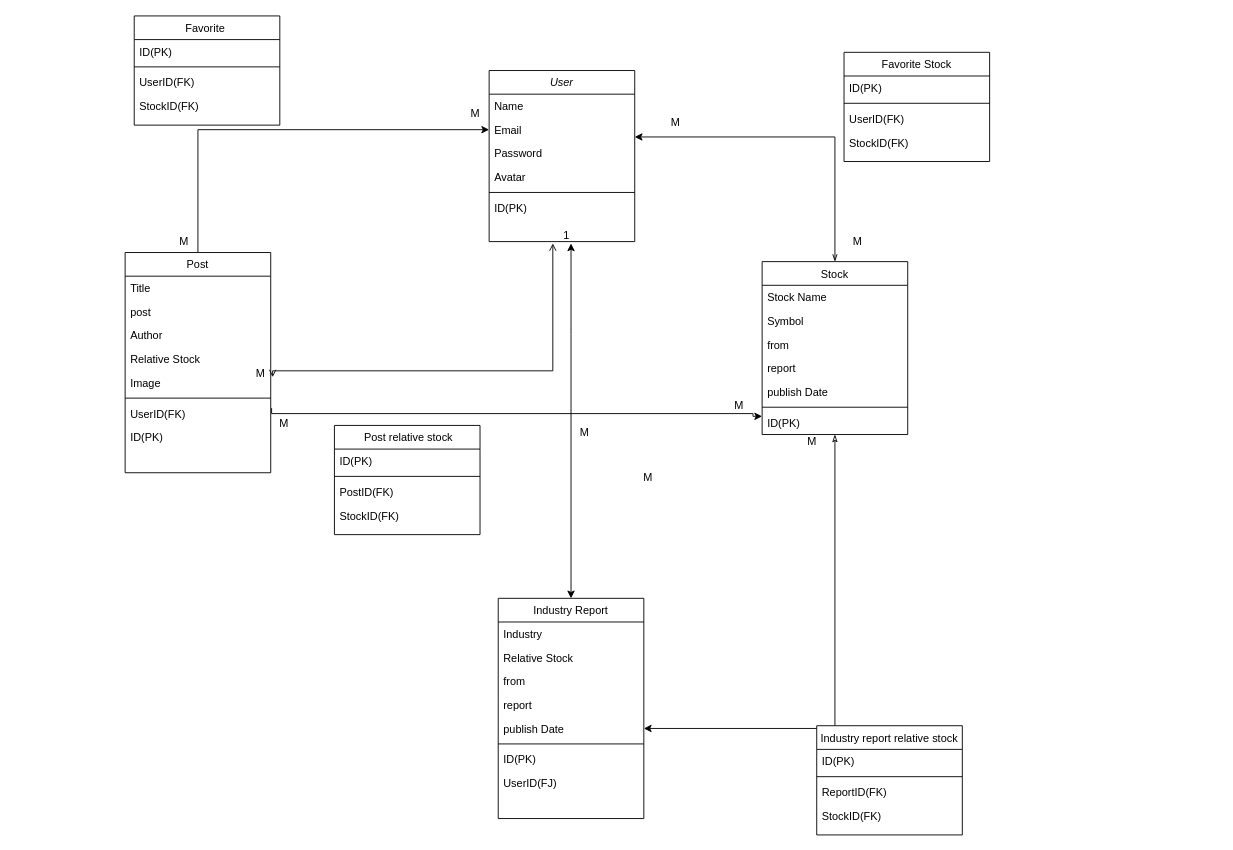
The draw.io diagram API.drawio in davelin18yufan/Stock-report-backend, before the edit. Source tidied: cells renumbered, new cells numbered last; positions are measured from the earlier drawing's top-left corner, leaving out a move shared by most shapes. Both pictures are drawn from the tidied source at 91%, with x=0, y=0 at pixel (15, 15).
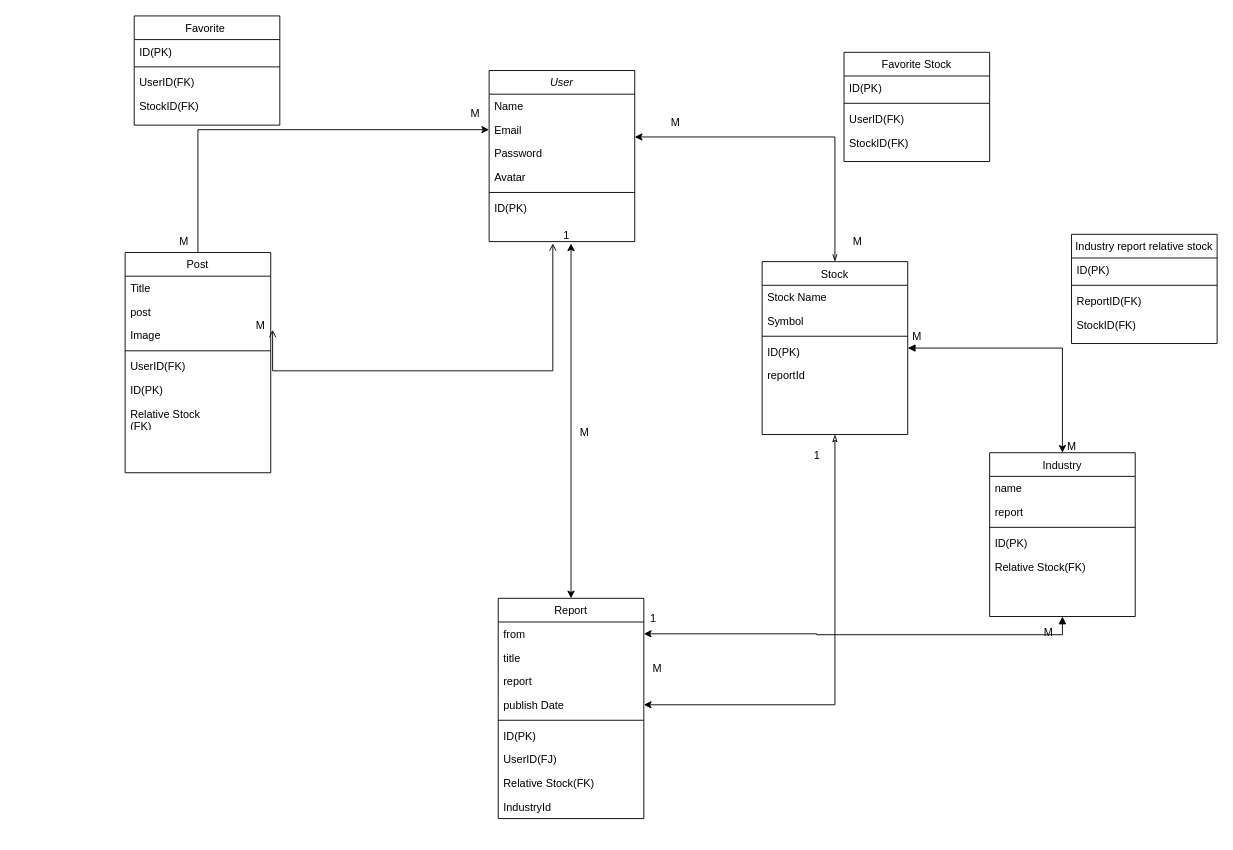
The same diagram, later.

Unchanged cells that the change refers to:
```xml
<mxCell id="11" value="Stock" style="swimlane;fontStyle=0;align=center;verticalAlign=top;horizontal=1;startSize=26;rounded=0;shadow=0;strokeWidth=1;" parent="1" vertex="1">
  <mxGeometry x="820" y="270" width="160" height="190" as="geometry" />
</mxCell>
<mxCell id="24" value="Post" style="swimlane;fontStyle=0;align=center;verticalAlign=top;horizontal=1;startSize=26;rounded=0;shadow=0;strokeWidth=1;" parent="1" vertex="1">
  <mxGeometry x="120" y="260" width="160" height="242" as="geometry" />
</mxCell>
```

Change to the diagram source:
```diff
@@
+    <mxCell id="72" style="edgeStyle=orthogonalEdgeStyle;rounded=0;jettySize=auto;html=1;entryX=0.5;entryY=0;entryDx=0;entryDy=0;startArrow=block;startFill=1;" parent="1" edge="1" source="11" target="75">
+      <mxGeometry relative="1" as="geometry" />
+    </mxCell>
@@
-    <mxCell id="14" value="from" style="text;align=left;verticalAlign=top;spacingLeft=4;spacingRight=4;overflow=hidden;rounded=0;shadow=0;html=0;" parent="11" vertex="1">
-      <mxGeometry y="78" width="160" height="26" as="geometry" />
-    </mxCell>
-    <mxCell id="15" value="report" style="text;align=left;verticalAlign=top;spacingLeft=4;spacingRight=4;overflow=hidden;rounded=0;shadow=0;html=0;" parent="11" vertex="1">
-      <mxGeometry y="104" width="160" height="26" as="geometry" />
-    </mxCell>
-    <mxCell id="16" value="publish Date" style="text;align=left;verticalAlign=top;spacingLeft=4;spacingRight=4;overflow=hidden;rounded=0;shadow=0;html=0;" parent="11" vertex="1">
-      <mxGeometry y="130" width="160" height="26" as="geometry" />
-    </mxCell>
     <mxCell id="17" style="line;html=1;strokeWidth=1;align=left;verticalAlign=middle;spacingTop=-1;spacingLeft=3;spacingRight=3;labelPosition=right;" parent="11" vertex="1">
-      <mxGeometry y="156" width="160" height="8" as="geometry" />
+      <mxGeometry y="78" width="160" height="8" as="geometry" />
     </mxCell>
     <mxCell id="18" value="ID(PK)" style="text;align=left;verticalAlign=top;spacingLeft=4;spacingRight=4;overflow=hidden;points=[[0,0.5],[1,0.5]];portConstraint=eastwest;" parent="11" vertex="1">
-      <mxGeometry y="164" width="160" height="26" as="geometry" />
+      <mxGeometry y="86" width="160" height="26" as="geometry" />
     </mxCell>
+    <mxCell id="15" value="reportId" style="text;align=left;verticalAlign=top;spacingLeft=4;spacingRight=4;overflow=hidden;rounded=0;shadow=0;html=0;" parent="11" vertex="1">
+      <mxGeometry y="112" width="160" height="26" as="geometry" />
+    </mxCell>
@@
-    <mxCell id="22" style="edgeStyle=orthogonalEdgeStyle;rounded=0;jettySize=auto;html=1;exitX=1.006;exitY=0.269;exitDx=0;exitDy=0;exitPerimeter=0;entryX=0;entryY=0.231;entryDx=0;entryDy=0;entryPerimeter=0;" parent="1" edge="1" source="31" target="18">
-      <mxGeometry relative="1" as="geometry">
-        <Array as="points">
-          <mxPoint x="281" y="437" />
-          <mxPoint x="810" y="437" />
-          <mxPoint x="810" y="440" />
-        </Array>
-      </mxGeometry>
-    </mxCell>
@@
-    <mxCell id="27" value="Author" style="text;align=left;verticalAlign=top;spacingLeft=4;spacingRight=4;overflow=hidden;rounded=0;shadow=0;html=0;" parent="24" vertex="1">
-      <mxGeometry y="78" width="160" height="26" as="geometry" />
-    </mxCell>
-    <mxCell id="28" value="Relative Stock&#10;" style="text;align=left;verticalAlign=top;spacingLeft=4;spacingRight=4;overflow=hidden;rounded=0;shadow=0;html=0;" parent="24" vertex="1">
-      <mxGeometry y="104" width="160" height="26" as="geometry" />
-    </mxCell>
     <mxCell id="29" value="Image" style="text;align=left;verticalAlign=top;spacingLeft=4;spacingRight=4;overflow=hidden;points=[[0,0.5],[1,0.5]];portConstraint=eastwest;rounded=0;shadow=0;html=0;" parent="24" vertex="1">
-      <mxGeometry y="130" width="160" height="26" as="geometry" />
+      <mxGeometry y="78" width="160" height="26" as="geometry" />
     </mxCell>
     <mxCell id="30" style="line;html=1;strokeWidth=1;align=left;verticalAlign=middle;spacingTop=-1;spacingLeft=3;spacingRight=3;labelPosition=right;" parent="24" vertex="1">
-      <mxGeometry y="156" width="160" height="8" as="geometry" />
+      <mxGeometry y="104" width="160" height="8" as="geometry" />
     </mxCell>
     <mxCell id="31" value="UserID(FK)" style="text;align=left;verticalAlign=top;spacingLeft=4;spacingRight=4;overflow=hidden;points=[[0,0.5],[1,0.5]];portConstraint=eastwest;" parent="24" vertex="1">
-      <mxGeometry y="164" width="160" height="26" as="geometry" />
+      <mxGeometry y="112" width="160" height="26" as="geometry" />
     </mxCell>
     <mxCell id="32" value="ID(PK)" style="text;align=left;verticalAlign=top;spacingLeft=4;spacingRight=4;overflow=hidden;" parent="24" vertex="1">
-      <mxGeometry y="190" width="160" height="26" as="geometry" />
+      <mxGeometry y="138" width="160" height="26" as="geometry" />
     </mxCell>
+    <mxCell id="28" value="Relative Stock&#10;(FK)" style="text;align=left;verticalAlign=top;spacingLeft=4;spacingRight=4;overflow=hidden;rounded=0;shadow=0;html=0;" parent="24" vertex="1">
+      <mxGeometry y="164" width="160" height="26" as="geometry" />
+    </mxCell>
@@
-    <mxCell id="35" value="Industry Report" style="swimlane;fontStyle=0;align=center;verticalAlign=top;horizontal=1;startSize=26;rounded=0;shadow=0;strokeWidth=1;" parent="1" vertex="1">
+    <mxCell id="35" value="Report" style="swimlane;fontStyle=0;align=center;verticalAlign=top;horizontal=1;startSize=26;rounded=0;shadow=0;strokeWidth=1;" parent="1" vertex="1">
       <mxGeometry x="530" y="640" width="160" height="242" as="geometry" />
     </mxCell>
-    <mxCell id="36" value="Industry" style="text;align=left;verticalAlign=top;spacingLeft=4;spacingRight=4;overflow=hidden;" parent="35" vertex="1">
-      <mxGeometry y="26" width="160" height="26" as="geometry" />
-    </mxCell>
-    <mxCell id="37" value="Relative Stock" style="text;align=left;verticalAlign=top;spacingLeft=4;spacingRight=4;overflow=hidden;rounded=0;shadow=0;html=0;" parent="35" vertex="1">
-      <mxGeometry y="52" width="160" height="26" as="geometry" />
-    </mxCell>
     <mxCell id="38" value="from" style="text;align=left;verticalAlign=top;spacingLeft=4;spacingRight=4;overflow=hidden;points=[[0,0.5],[1,0.5]];portConstraint=eastwest;rounded=0;shadow=0;html=0;" parent="35" vertex="1">
-      <mxGeometry y="78" width="160" height="26" as="geometry" />
+      <mxGeometry y="26" width="160" height="26" as="geometry" />
     </mxCell>
-    <mxCell id="39" value="report" style="text;align=left;verticalAlign=top;spacingLeft=4;spacingRight=4;overflow=hidden;rounded=0;shadow=0;html=0;" parent="35" vertex="1">
-      <mxGeometry y="104" width="160" height="26" as="geometry" />
+    <mxCell id="39" value="title" style="text;align=left;verticalAlign=top;spacingLeft=4;spacingRight=4;overflow=hidden;rounded=0;shadow=0;html=0;" parent="35" vertex="1">
+      <mxGeometry y="52" width="160" height="26" as="geometry" />
     </mxCell>
+    <mxCell id="73" value="report" style="text;align=left;verticalAlign=top;spacingLeft=4;spacingRight=4;overflow=hidden;rounded=0;shadow=0;html=0;" parent="35" vertex="1">
+      <mxGeometry y="78" width="160" height="26" as="geometry" />
+    </mxCell>
     <mxCell id="40" value="publish Date" style="text;align=left;verticalAlign=top;spacingLeft=4;spacingRight=4;overflow=hidden;points=[[0,0.5],[1,0.5]];portConstraint=eastwest;rounded=0;shadow=0;html=0;" parent="35" vertex="1">
-      <mxGeometry y="130" width="160" height="26" as="geometry" />
+      <mxGeometry y="104" width="160" height="26" as="geometry" />
     </mxCell>
     <mxCell id="41" style="line;html=1;strokeWidth=1;align=left;verticalAlign=middle;spacingTop=-1;spacingLeft=3;spacingRight=3;labelPosition=right;" parent="35" vertex="1">
-      <mxGeometry y="156" width="160" height="8" as="geometry" />
+      <mxGeometry y="130" width="160" height="8" as="geometry" />
     </mxCell>
     <mxCell id="42" value="ID(PK)" style="text;align=left;verticalAlign=top;spacingLeft=4;spacingRight=4;overflow=hidden;" parent="35" vertex="1">
-      <mxGeometry y="164" width="160" height="26" as="geometry" />
+      <mxGeometry y="138" width="160" height="26" as="geometry" />
     </mxCell>
     <mxCell id="43" value="UserID(FJ)" style="text;align=left;verticalAlign=top;spacingLeft=4;spacingRight=4;overflow=hidden;" parent="35" vertex="1">
-      <mxGeometry y="190" width="160" height="26" as="geometry" />
+      <mxGeometry y="164" width="160" height="26" as="geometry" />
     </mxCell>
+    <mxCell id="37" value="Relative Stock(FK)" style="text;align=left;verticalAlign=top;spacingLeft=4;spacingRight=4;overflow=hidden;rounded=0;shadow=0;html=0;" parent="35" vertex="1">
+      <mxGeometry y="190" width="160" height="26" as="geometry" />
+    </mxCell>
+    <mxCell id="36" value="IndustryId" style="text;align=left;verticalAlign=top;spacingLeft=4;spacingRight=4;overflow=hidden;" parent="35" vertex="1">
+      <mxGeometry y="216" width="160" height="26" as="geometry" />
+    </mxCell>
@@
     <mxCell id="45" value="M" style="align=left;verticalAlign=bottom;labelBackgroundColor=none;fontSize=12;" parent="1" vertex="1">
-      <mxGeometry x="510" y="470" as="geometry">
+      <mxGeometry x="520" y="680" as="geometry">
         <mxPoint x="178" y="46" as="offset" />
       </mxGeometry>
     </mxCell>
-    <mxCell id="46" value="M" style="align=left;verticalAlign=bottom;labelBackgroundColor=none;fontSize=12;" parent="1" vertex="1">
-      <mxGeometry x="690" y="430" as="geometry">
-        <mxPoint x="178" y="46" as="offset" />
-      </mxGeometry>
-    </mxCell>
-    <mxCell id="47" value="M" style="align=left;verticalAlign=bottom;labelBackgroundColor=none;fontSize=12;" parent="1" vertex="1">
-      <mxGeometry x="110" y="410" as="geometry">
-        <mxPoint x="178" y="46" as="offset" />
-      </mxGeometry>
-    </mxCell>
-    <mxCell id="48" value="M" style="align=left;verticalAlign=bottom;labelBackgroundColor=none;fontSize=12;" parent="1" vertex="1">
-      <mxGeometry x="610" y="390" as="geometry">
-        <mxPoint x="178" y="46" as="offset" />
-      </mxGeometry>
-    </mxCell>
     <mxCell id="49" value="Industry report relative stock" style="swimlane;fontStyle=0;align=center;verticalAlign=top;horizontal=1;startSize=26;rounded=0;shadow=0;strokeWidth=1;" parent="1" vertex="1">
-      <mxGeometry x="880" y="780" width="160" height="120" as="geometry" />
+      <mxGeometry x="1160" y="240" width="160" height="120" as="geometry" />
     </mxCell>
@@
-    <mxCell id="54" value=" Post relative stock" style="swimlane;fontStyle=0;align=center;verticalAlign=top;horizontal=1;startSize=26;rounded=0;shadow=0;strokeWidth=1;" parent="1" vertex="1">
-      <mxGeometry x="350" y="450" width="160" height="120" as="geometry" />
-    </mxCell>
-    <mxCell id="55" value="ID(PK)" style="text;align=left;verticalAlign=top;spacingLeft=4;spacingRight=4;overflow=hidden;rounded=0;shadow=0;html=0;" parent="54" vertex="1">
-      <mxGeometry y="26" width="160" height="26" as="geometry" />
-    </mxCell>
-    <mxCell id="56" style="line;html=1;strokeWidth=1;align=left;verticalAlign=middle;spacingTop=-1;spacingLeft=3;spacingRight=3;labelPosition=right;" parent="54" vertex="1">
-      <mxGeometry y="52" width="160" height="8" as="geometry" />
-    </mxCell>
-    <mxCell id="57" value="PostID(FK)" style="text;align=left;verticalAlign=top;spacingLeft=4;spacingRight=4;overflow=hidden;" parent="54" vertex="1">
-      <mxGeometry y="60" width="160" height="26" as="geometry" />
-    </mxCell>
-    <mxCell id="58" value="StockID(FK)" style="text;align=left;verticalAlign=top;spacingLeft=4;spacingRight=4;overflow=hidden;" parent="54" vertex="1">
-      <mxGeometry y="86" width="160" height="26" as="geometry" />
-    </mxCell>
@@
+    <mxCell id="74" style="edgeStyle=orthogonalEdgeStyle;rounded=0;jettySize=auto;html=1;entryX=1;entryY=0.5;entryDx=0;entryDy=0;startArrow=block;startFill=1;" parent="1" edge="1" source="75" target="38">
+      <mxGeometry relative="1" as="geometry" />
+    </mxCell>
+    <mxCell id="75" value="Industry" style="swimlane;fontStyle=0;align=center;verticalAlign=top;horizontal=1;startSize=26;rounded=0;shadow=0;strokeWidth=1;" parent="1" vertex="1">
+      <mxGeometry x="1070" y="480" width="160" height="180" as="geometry" />
+    </mxCell>
+    <mxCell id="76" value="name" style="text;align=left;verticalAlign=top;spacingLeft=4;spacingRight=4;overflow=hidden;rounded=0;shadow=0;html=0;" parent="75" vertex="1">
+      <mxGeometry y="26" width="160" height="26" as="geometry" />
+    </mxCell>
+    <mxCell id="77" value="report" style="text;align=left;verticalAlign=top;spacingLeft=4;spacingRight=4;overflow=hidden;rounded=0;shadow=0;html=0;" parent="75" vertex="1">
+      <mxGeometry y="52" width="160" height="26" as="geometry" />
+    </mxCell>
+    <mxCell id="78" style="line;html=1;strokeWidth=1;align=left;verticalAlign=middle;spacingTop=-1;spacingLeft=3;spacingRight=3;labelPosition=right;" parent="75" vertex="1">
+      <mxGeometry y="78" width="160" height="8" as="geometry" />
+    </mxCell>
+    <mxCell id="55" value="ID(PK)" style="text;align=left;verticalAlign=top;spacingLeft=4;spacingRight=4;overflow=hidden;" parent="75" vertex="1">
+      <mxGeometry y="86" width="160" height="26" as="geometry" />
+    </mxCell>
+    <mxCell id="79" value="Relative Stock(FK)" style="text;align=left;verticalAlign=top;spacingLeft=4;spacingRight=4;overflow=hidden;rounded=0;shadow=0;html=0;" parent="75" vertex="1">
+      <mxGeometry y="112" width="160" height="26" as="geometry" />
+    </mxCell>
+    <mxCell id="80" value="M" style="align=left;verticalAlign=bottom;labelBackgroundColor=none;fontSize=12;" parent="1" vertex="1">
+      <mxGeometry x="950" y="640" as="geometry">
+        <mxPoint x="178" y="46" as="offset" />
+      </mxGeometry>
+    </mxCell>
+    <mxCell id="81" value="1" style="text;html=1;align=center;verticalAlign=middle;strokeColor=none;fillColor=none;" parent="1" vertex="1">
+      <mxGeometry x="685" y="648" width="30" height="30" as="geometry" />
+    </mxCell>
+    <mxCell id="82" value="M" style="text;html=1;align=center;verticalAlign=middle;strokeColor=none;fillColor=none;" parent="1" vertex="1">
+      <mxGeometry x="975" y="338" width="30" height="30" as="geometry" />
+    </mxCell>
+    <mxCell id="83" value="M" style="text;html=1;align=center;verticalAlign=middle;strokeColor=none;fillColor=none;" parent="1" vertex="1">
+      <mxGeometry x="1145" y="458" width="30" height="30" as="geometry" />
+    </mxCell>
+    <mxCell id="84" value="1" style="text;html=1;align=center;verticalAlign=middle;strokeColor=none;fillColor=none;" parent="1" vertex="1">
+      <mxGeometry x="865" y="468" width="30" height="30" as="geometry" />
+    </mxCell>
```
